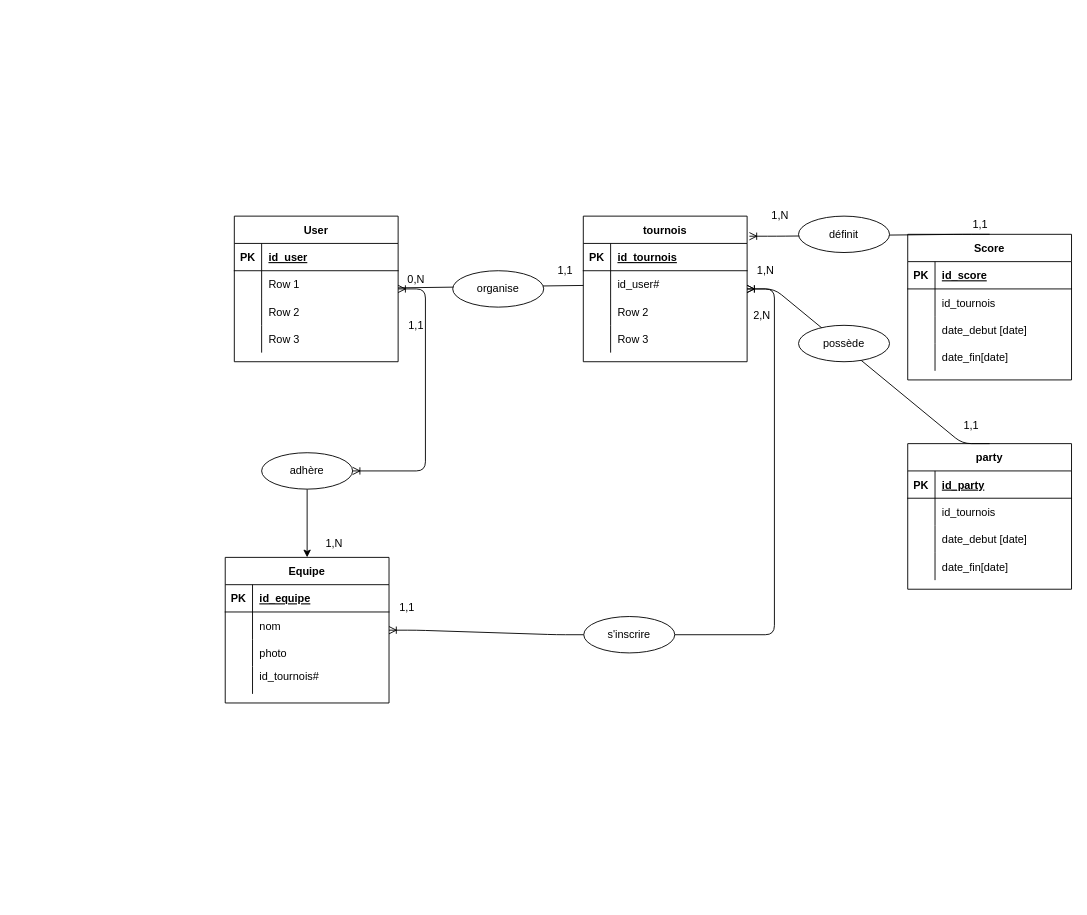
Pakulic/Maquettage_Site_web keeps this draw.io diagram as Wavy.drawio. Above is the earlier version. Source tidied: cells renumbered, new cells numbered last; positions are measured from the earlier drawing's top-left corner, leaving out a move shared by most shapes. Both pictures are drawn from the tidied source at 91%, with x=0, y=0 at pixel (225, 207).
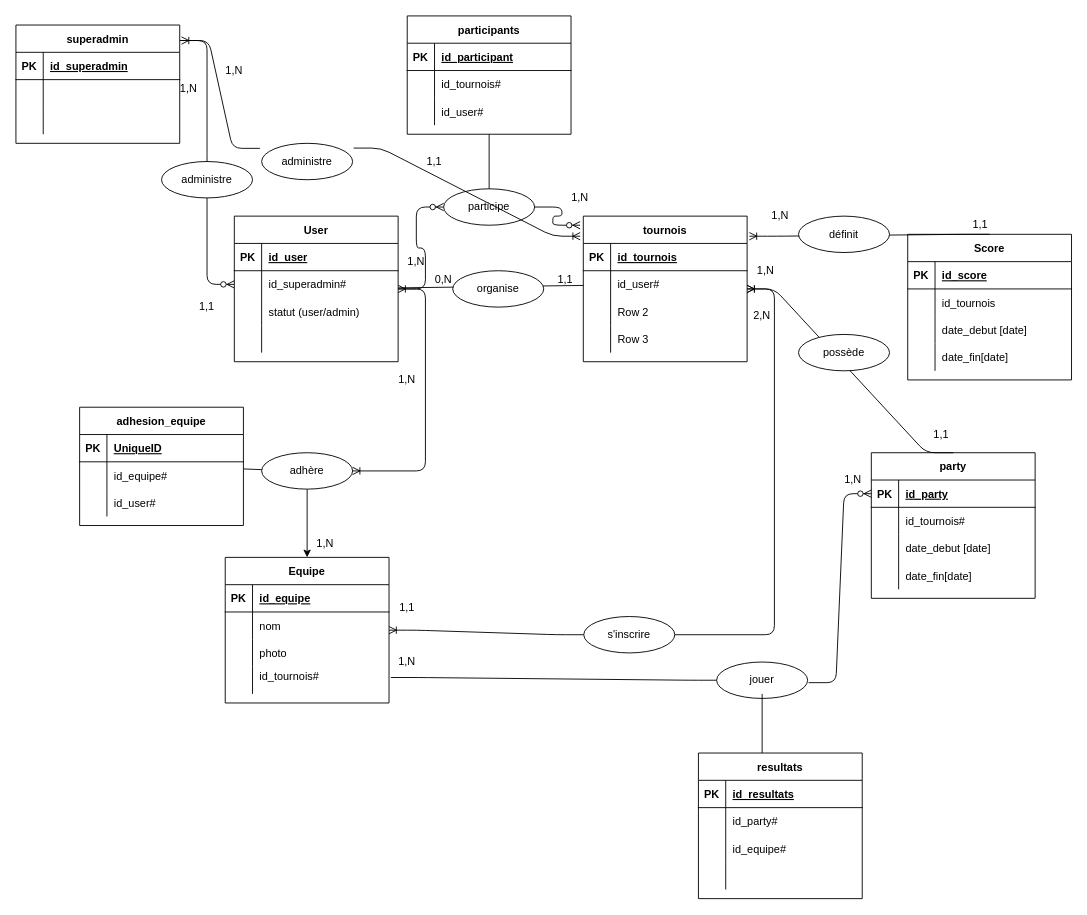
The same diagram, later.

The change refers to these unchanged cells:
```xml
<mxCell id="2" value="User" style="shape=table;startSize=30;childLayout=tableLayout;rowLines=0;fontStyle=1;align=center;" parent="1" vertex="1">
  <mxGeometry x="10" y="10" width="180" height="160" as="geometry" />
</mxCell>
<mxCell id="6" style="shape=partialRectangle;fillColor=none;top=0;left=0;bottom=0;right=0;points=[[0,0.5],[1,0.5]];portConstraint=eastwest;" parent="2" vertex="1">
  <mxGeometry y="60" width="180" height="30" as="geometry" />
</mxCell>
<mxCell id="9" style="shape=partialRectangle;fillColor=none;top=0;left=0;bottom=0;right=0;" parent="2" vertex="1">
  <mxGeometry y="90" width="180" height="30" as="geometry" />
</mxCell>
<mxCell id="12" style="shape=partialRectangle;fillColor=none;top=0;left=0;bottom=0;right=0;" parent="2" vertex="1">
  <mxGeometry y="120" width="180" height="30" as="geometry" />
</mxCell>
<mxCell id="15" value="tournois" style="shape=table;startSize=30;childLayout=tableLayout;rowLines=0;fontStyle=1;align=center;" parent="1" vertex="1">
  <mxGeometry x="393.5" y="10" width="180" height="160" as="geometry" />
</mxCell>
<mxCell id="33" style="shape=partialRectangle;fillColor=none;top=0;left=0;bottom=1;right=0;points=[[0,0.5],[1,0.5]];portConstraint=eastwest;" parent="32" vertex="1">
  <mxGeometry y="30" width="180" height="30" as="geometry" />
</mxCell>
<mxCell id="36" style="shape=partialRectangle;fillColor=none;top=0;left=0;bottom=0;right=0;" parent="32" vertex="1">
  <mxGeometry y="60" width="180" height="30" as="geometry" />
</mxCell>
<mxCell id="88" value="adhère" style="ellipse;whiteSpace=wrap;html=1;align=center;" parent="1" vertex="1">
  <mxGeometry x="40" y="270" width="100" height="40" as="geometry" />
</mxCell>
<mxCell id="89" style="shape=partialRectangle;fillColor=none;top=0;left=0;bottom=0;right=0;points=[[0,0.5],[1,0.5]];portConstraint=eastwest;" parent="1" vertex="1">
  <mxGeometry y="500" width="180" height="30" as="geometry" />
</mxCell>
```

Diff of the diagram source:
```diff
@@
-    <mxCell id="8" value="Row 1" style="shape=partialRectangle;fillColor=none;top=0;left=0;bottom=0;right=0;align=left;spacingLeft=6;overflow=hidden;" parent="6" vertex="1">
+    <mxCell id="8" value="id_superadmin#" style="shape=partialRectangle;fillColor=none;top=0;left=0;bottom=0;right=0;align=left;spacingLeft=6;overflow=hidden;" parent="6" vertex="1">
       <mxGeometry x="30" width="150" height="30" as="geometry" />
     </mxCell>
@@
-    <mxCell id="11" value="Row 2" style="shape=partialRectangle;fillColor=none;top=0;left=0;bottom=0;right=0;align=left;spacingLeft=6;overflow=hidden;" parent="9" vertex="1">
+    <mxCell id="11" value="statut (user/admin)" style="shape=partialRectangle;fillColor=none;top=0;left=0;bottom=0;right=0;align=left;spacingLeft=6;overflow=hidden;" parent="9" vertex="1">
       <mxGeometry x="30" width="150" height="30" as="geometry" />
     </mxCell>
@@
-    <mxCell id="14" value="Row 3" style="shape=partialRectangle;fillColor=none;top=0;left=0;bottom=0;right=0;align=left;spacingLeft=6;overflow=hidden;" parent="12" vertex="1">
+    <mxCell id="14" style="shape=partialRectangle;fillColor=none;top=0;left=0;bottom=0;right=0;align=left;spacingLeft=6;overflow=hidden;" parent="12" vertex="1">
       <mxGeometry x="30" width="150" height="30" as="geometry" />
     </mxCell>
@@
     <mxCell id="31" value="1,1" style="text;html=1;strokeColor=none;fillColor=none;align=center;verticalAlign=middle;whiteSpace=wrap;rounded=0;" parent="1" vertex="1">
-      <mxGeometry x="354" y="60" width="40" height="20" as="geometry" />
+      <mxGeometry x="354" y="70" width="40" height="20" as="geometry" />
     </mxCell>
     <mxCell id="32" value="party" style="shape=table;startSize=30;childLayout=tableLayout;rowLines=0;fontStyle=1;align=center;" parent="1" vertex="1">
-      <mxGeometry x="750" y="260" width="180" height="160" as="geometry" />
+      <mxGeometry x="710" y="270" width="180" height="160" as="geometry" />
     </mxCell>
@@
-    <mxCell id="38" value="id_tournois" style="shape=partialRectangle;fillColor=none;top=0;left=0;bottom=0;right=0;align=left;spacingLeft=6;overflow=hidden;" parent="36" vertex="1">
+    <mxCell id="38" value="id_tournois#" style="shape=partialRectangle;fillColor=none;top=0;left=0;bottom=0;right=0;align=left;spacingLeft=6;overflow=hidden;" parent="36" vertex="1">
       <mxGeometry x="30" width="150" height="30" as="geometry" />
     </mxCell>
@@
     <mxCell id="45" value="0,N" style="text;html=1;strokeColor=none;fillColor=none;align=center;verticalAlign=middle;whiteSpace=wrap;rounded=0;" parent="1" vertex="1">
-      <mxGeometry x="190" y="70" width="40" height="20" as="geometry" />
+      <mxGeometry x="220" y="70" width="40" height="20" as="geometry" />
     </mxCell>
     <mxCell id="46" value="1,1" style="text;html=1;strokeColor=none;fillColor=none;align=center;verticalAlign=middle;whiteSpace=wrap;rounded=0;" parent="1" vertex="1">
-      <mxGeometry x="800" y="230" width="40" height="20" as="geometry" />
+      <mxGeometry x="767" y="240" width="40" height="20" as="geometry" />
     </mxCell>
@@
-    <mxCell id="48" value="possède" style="ellipse;whiteSpace=wrap;html=1;align=center;" parent="1" vertex="1">
-      <mxGeometry x="630" y="130" width="100" height="40" as="geometry" />
-    </mxCell>
@@
     <mxCell id="66" value="1,N" style="text;html=1;strokeColor=none;fillColor=none;align=center;verticalAlign=middle;whiteSpace=wrap;rounded=0;" parent="1" vertex="1">
-      <mxGeometry x="100" y="360" width="40" height="20" as="geometry" />
+      <mxGeometry x="90" y="360" width="40" height="20" as="geometry" />
     </mxCell>
@@
-    <mxCell id="68" value="1,1" style="text;html=1;strokeColor=none;fillColor=none;align=center;verticalAlign=middle;whiteSpace=wrap;rounded=0;" parent="1" vertex="1">
-      <mxGeometry x="190" y="120" width="40" height="20" as="geometry" />
-    </mxCell>
@@
+    <mxCell id="92" style="edgeStyle=entityRelationEdgeStyle;fontSize=12;html=1;endArrow=ERzeroToMany;endFill=1;entryX=0;entryY=0.5;entryDx=0;entryDy=0;" parent="1" edge="1" source="2" target="93">
+      <mxGeometry relative="1" as="geometry" />
+    </mxCell>
+    <mxCell id="93" value="participe" style="ellipse;whiteSpace=wrap;html=1;align=center;" parent="1" vertex="1">
+      <mxGeometry x="240" y="-20" width="100" height="40" as="geometry" />
+    </mxCell>
+    <mxCell id="94" style="edgeStyle=entityRelationEdgeStyle;fontSize=12;html=1;endArrow=ERzeroToMany;endFill=1;exitX=1;exitY=0.5;exitDx=0;exitDy=0;" parent="1" edge="1" source="93">
+      <mxGeometry relative="1" as="geometry">
+        <mxPoint x="390" y="20" as="targetPoint" />
+      </mxGeometry>
+    </mxCell>
+    <mxCell id="48" value="possède" style="ellipse;whiteSpace=wrap;html=1;align=center;" parent="1" vertex="1">
+      <mxGeometry x="630" y="140" width="100" height="40" as="geometry" />
+    </mxCell>
+    <mxCell id="95" value="1,N" style="text;html=1;strokeColor=none;fillColor=none;align=center;verticalAlign=middle;whiteSpace=wrap;rounded=0;" parent="1" vertex="1">
+      <mxGeometry x="370" y="-20" width="40" height="20" as="geometry" />
+    </mxCell>
+    <mxCell id="96" value="1,N" style="text;html=1;strokeColor=none;fillColor=none;align=center;verticalAlign=middle;whiteSpace=wrap;rounded=0;" parent="1" vertex="1">
+      <mxGeometry x="190" y="50" width="40" height="20" as="geometry" />
+    </mxCell>
+    <mxCell id="97" value="participants" style="shape=table;startSize=30;childLayout=tableLayout;rowLines=0;fontStyle=1;align=center;" parent="1" vertex="1">
+      <mxGeometry x="200" y="-210" width="180" height="130" as="geometry" />
+    </mxCell>
+    <mxCell id="98" style="shape=partialRectangle;fillColor=none;top=0;left=0;bottom=1;right=0;" parent="97" vertex="1">
+      <mxGeometry y="30" width="180" height="30" as="geometry" />
+    </mxCell>
+    <mxCell id="99" value="PK" style="shape=partialRectangle;fillColor=none;top=0;left=0;bottom=0;right=0;fontStyle=1;overflow=hidden;" parent="98" vertex="1">
+      <mxGeometry width="30" height="30" as="geometry" />
+    </mxCell>
+    <mxCell id="100" value="id_participant" style="shape=partialRectangle;fillColor=none;top=0;left=0;bottom=0;right=0;align=left;spacingLeft=6;fontStyle=5;overflow=hidden;" parent="98" vertex="1">
+      <mxGeometry x="30" width="150" height="30" as="geometry" />
+    </mxCell>
+    <mxCell id="101" style="shape=partialRectangle;fillColor=none;top=0;left=0;bottom=0;right=0;" parent="97" vertex="1">
+      <mxGeometry y="60" width="180" height="30" as="geometry" />
+    </mxCell>
+    <mxCell id="102" style="shape=partialRectangle;fillColor=none;top=0;left=0;bottom=0;right=0;overflow=hidden;" parent="101" vertex="1">
+      <mxGeometry width="30" height="30" as="geometry" />
+    </mxCell>
+    <mxCell id="103" value="id_tournois#" style="shape=partialRectangle;fillColor=none;top=0;left=0;bottom=0;right=0;align=left;spacingLeft=6;overflow=hidden;" parent="101" vertex="1">
+      <mxGeometry x="30" width="150" height="30" as="geometry" />
+    </mxCell>
+    <mxCell id="104" style="shape=partialRectangle;fillColor=none;top=0;left=0;bottom=0;right=0;" parent="97" vertex="1">
+      <mxGeometry y="90" width="180" height="30" as="geometry" />
+    </mxCell>
+    <mxCell id="105" style="shape=partialRectangle;fillColor=none;top=0;left=0;bottom=0;right=0;overflow=hidden;" parent="104" vertex="1">
+      <mxGeometry width="30" height="30" as="geometry" />
+    </mxCell>
+    <mxCell id="106" value="id_user#" style="shape=partialRectangle;fillColor=none;top=0;left=0;bottom=0;right=0;align=left;spacingLeft=6;overflow=hidden;" parent="104" vertex="1">
+      <mxGeometry x="30" width="150" height="30" as="geometry" />
+    </mxCell>
+    <mxCell id="107" style="endArrow=none;html=1;rounded=0;" parent="1" edge="1" source="93" target="97">
+      <mxGeometry relative="1" as="geometry" />
+    </mxCell>
+    <mxCell id="108" value="1,N" style="text;html=1;strokeColor=none;fillColor=none;align=center;verticalAlign=middle;whiteSpace=wrap;rounded=0;" parent="1" vertex="1">
+      <mxGeometry x="180" y="180" width="40" height="20" as="geometry" />
+    </mxCell>
+    <mxCell id="109" value="adhesion_equipe" style="shape=table;startSize=30;childLayout=tableLayout;rowLines=0;fontStyle=1;align=center;" parent="1" vertex="1">
+      <mxGeometry x="-160" y="220" width="180" height="130" as="geometry" />
+    </mxCell>
+    <mxCell id="110" style="shape=partialRectangle;fillColor=none;top=0;left=0;bottom=1;right=0;" parent="109" vertex="1">
+      <mxGeometry y="30" width="180" height="30" as="geometry" />
+    </mxCell>
+    <mxCell id="111" value="PK" style="shape=partialRectangle;fillColor=none;top=0;left=0;bottom=0;right=0;fontStyle=1;overflow=hidden;" parent="110" vertex="1">
+      <mxGeometry width="30" height="30" as="geometry" />
+    </mxCell>
+    <mxCell id="112" value="UniqueID" style="shape=partialRectangle;fillColor=none;top=0;left=0;bottom=0;right=0;align=left;spacingLeft=6;fontStyle=5;overflow=hidden;" parent="110" vertex="1">
+      <mxGeometry x="30" width="150" height="30" as="geometry" />
+    </mxCell>
+    <mxCell id="113" style="shape=partialRectangle;fillColor=none;top=0;left=0;bottom=0;right=0;" parent="109" vertex="1">
+      <mxGeometry y="60" width="180" height="30" as="geometry" />
+    </mxCell>
+    <mxCell id="114" style="shape=partialRectangle;fillColor=none;top=0;left=0;bottom=0;right=0;overflow=hidden;" parent="113" vertex="1">
+      <mxGeometry width="30" height="30" as="geometry" />
+    </mxCell>
+    <mxCell id="115" value="id_equipe#" style="shape=partialRectangle;fillColor=none;top=0;left=0;bottom=0;right=0;align=left;spacingLeft=6;overflow=hidden;" parent="113" vertex="1">
+      <mxGeometry x="30" width="150" height="30" as="geometry" />
+    </mxCell>
+    <mxCell id="116" style="shape=partialRectangle;fillColor=none;top=0;left=0;bottom=0;right=0;" parent="109" vertex="1">
+      <mxGeometry y="90" width="180" height="30" as="geometry" />
+    </mxCell>
+    <mxCell id="117" style="shape=partialRectangle;fillColor=none;top=0;left=0;bottom=0;right=0;overflow=hidden;" parent="116" vertex="1">
+      <mxGeometry width="30" height="30" as="geometry" />
+    </mxCell>
+    <mxCell id="118" value="id_user#" style="shape=partialRectangle;fillColor=none;top=0;left=0;bottom=0;right=0;align=left;spacingLeft=6;overflow=hidden;" parent="116" vertex="1">
+      <mxGeometry x="30" width="150" height="30" as="geometry" />
+    </mxCell>
+    <mxCell id="119" style="endArrow=none;html=1;rounded=0;" parent="1" edge="1" source="88" target="109">
+      <mxGeometry relative="1" as="geometry" />
+    </mxCell>
+    <mxCell id="120" value="superadmin" style="shape=table;startSize=30;childLayout=tableLayout;rowLines=0;fontStyle=1;align=center;" parent="1" vertex="1">
+      <mxGeometry x="-230" y="-200" width="180" height="130" as="geometry" />
+    </mxCell>
+    <mxCell id="121" style="shape=partialRectangle;fillColor=none;top=0;left=0;bottom=1;right=0;" parent="120" vertex="1">
+      <mxGeometry y="30" width="180" height="30" as="geometry" />
+    </mxCell>
+    <mxCell id="122" value="PK" style="shape=partialRectangle;fillColor=none;top=0;left=0;bottom=0;right=0;fontStyle=1;overflow=hidden;" parent="121" vertex="1">
+      <mxGeometry width="30" height="30" as="geometry" />
+    </mxCell>
+    <mxCell id="123" value="id_superadmin" style="shape=partialRectangle;fillColor=none;top=0;left=0;bottom=0;right=0;align=left;spacingLeft=6;fontStyle=5;overflow=hidden;" parent="121" vertex="1">
+      <mxGeometry x="30" width="150" height="30" as="geometry" />
+    </mxCell>
+    <mxCell id="124" style="shape=partialRectangle;fillColor=none;top=0;left=0;bottom=0;right=0;" parent="120" vertex="1">
+      <mxGeometry y="60" width="180" height="30" as="geometry" />
+    </mxCell>
+    <mxCell id="125" style="shape=partialRectangle;fillColor=none;top=0;left=0;bottom=0;right=0;overflow=hidden;" parent="124" vertex="1">
+      <mxGeometry width="30" height="30" as="geometry" />
+    </mxCell>
+    <mxCell id="126" style="shape=partialRectangle;fillColor=none;top=0;left=0;bottom=0;right=0;align=left;spacingLeft=6;overflow=hidden;" parent="124" vertex="1">
+      <mxGeometry x="30" width="150" height="30" as="geometry" />
+    </mxCell>
+    <mxCell id="127" style="shape=partialRectangle;fillColor=none;top=0;left=0;bottom=0;right=0;" parent="120" vertex="1">
+      <mxGeometry y="90" width="180" height="30" as="geometry" />
+    </mxCell>
+    <mxCell id="128" style="shape=partialRectangle;fillColor=none;top=0;left=0;bottom=0;right=0;overflow=hidden;" parent="127" vertex="1">
+      <mxGeometry width="30" height="30" as="geometry" />
+    </mxCell>
+    <mxCell id="129" style="shape=partialRectangle;fillColor=none;top=0;left=0;bottom=0;right=0;align=left;spacingLeft=6;overflow=hidden;" parent="127" vertex="1">
+      <mxGeometry x="30" width="150" height="30" as="geometry" />
+    </mxCell>
+    <mxCell id="130" style="edgeStyle=entityRelationEdgeStyle;fontSize=12;html=1;endArrow=ERzeroToMany;endFill=1;exitX=1;exitY=0.131;exitDx=0;exitDy=0;exitPerimeter=0;" parent="1" edge="1" source="120" target="6">
+      <mxGeometry relative="1" as="geometry" />
+    </mxCell>
+    <mxCell id="131" value="administre" style="ellipse;whiteSpace=wrap;html=1;align=center;" parent="1" vertex="1">
+      <mxGeometry x="-70" y="-50" width="100" height="40" as="geometry" />
+    </mxCell>
+    <mxCell id="132" value="1,N" style="text;html=1;strokeColor=none;fillColor=none;align=center;verticalAlign=middle;whiteSpace=wrap;rounded=0;" parent="1" vertex="1">
+      <mxGeometry x="-60" y="-140" width="40" height="20" as="geometry" />
+    </mxCell>
+    <mxCell id="133" value="1,1" style="text;html=1;strokeColor=none;fillColor=none;align=center;verticalAlign=middle;whiteSpace=wrap;rounded=0;" parent="1" vertex="1">
+      <mxGeometry x="-40" y="100" width="40" height="20" as="geometry" />
+    </mxCell>
+    <mxCell id="134" style="edgeStyle=entityRelationEdgeStyle;fontSize=12;html=1;endArrow=ERoneToMany;startArrow=none;exitX=1.011;exitY=0.131;exitDx=0;exitDy=0;exitPerimeter=0;entryX=-0.019;entryY=0.138;entryDx=0;entryDy=0;entryPerimeter=0;" parent="1" edge="1" source="135" target="15">
+      <mxGeometry relative="1" as="geometry" />
+    </mxCell>
+    <mxCell id="135" value="administre" style="ellipse;whiteSpace=wrap;html=1;align=center;" parent="1" vertex="1">
+      <mxGeometry x="40" y="-70" width="100" height="40" as="geometry" />
+    </mxCell>
+    <mxCell id="136" style="edgeStyle=entityRelationEdgeStyle;fontSize=12;html=1;endArrow=none;startArrow=ERoneToMany;exitX=1.011;exitY=0.131;exitDx=0;exitDy=0;exitPerimeter=0;entryX=-0.019;entryY=0.138;entryDx=0;entryDy=0;entryPerimeter=0;" parent="1" edge="1" source="120" target="135">
+      <mxGeometry relative="1" as="geometry" />
+    </mxCell>
+    <mxCell id="137" value="1,N" style="text;html=1;strokeColor=none;fillColor=none;align=center;verticalAlign=middle;whiteSpace=wrap;rounded=0;" parent="1" vertex="1">
+      <mxGeometry x="-10" y="-160" width="40" height="20" as="geometry" />
+    </mxCell>
+    <mxCell id="138" value="1,1" style="text;html=1;strokeColor=none;fillColor=none;align=center;verticalAlign=middle;whiteSpace=wrap;rounded=0;" parent="1" vertex="1">
+      <mxGeometry x="210" y="-60" width="40" height="20" as="geometry" />
+    </mxCell>
+    <mxCell id="139" value="resultats" style="shape=table;startSize=30;childLayout=tableLayout;rowLines=0;fontStyle=1;align=center;" parent="1" vertex="1">
+      <mxGeometry x="520" y="600" width="180" height="160" as="geometry" />
+    </mxCell>
+    <mxCell id="140" style="shape=partialRectangle;fillColor=none;top=0;left=0;bottom=1;right=0;" parent="139" vertex="1">
+      <mxGeometry y="30" width="180" height="30" as="geometry" />
+    </mxCell>
+    <mxCell id="141" value="PK" style="shape=partialRectangle;fillColor=none;top=0;left=0;bottom=0;right=0;fontStyle=1;overflow=hidden;" parent="140" vertex="1">
+      <mxGeometry width="30" height="30" as="geometry" />
+    </mxCell>
+    <mxCell id="142" value="id_resultats" style="shape=partialRectangle;fillColor=none;top=0;left=0;bottom=0;right=0;align=left;spacingLeft=6;fontStyle=5;overflow=hidden;" parent="140" vertex="1">
+      <mxGeometry x="30" width="150" height="30" as="geometry" />
+    </mxCell>
+    <mxCell id="143" style="shape=partialRectangle;fillColor=none;top=0;left=0;bottom=0;right=0;" parent="139" vertex="1">
+      <mxGeometry y="60" width="180" height="30" as="geometry" />
+    </mxCell>
+    <mxCell id="144" style="shape=partialRectangle;fillColor=none;top=0;left=0;bottom=0;right=0;overflow=hidden;" parent="143" vertex="1">
+      <mxGeometry width="30" height="30" as="geometry" />
+    </mxCell>
+    <mxCell id="145" value="id_party#" style="shape=partialRectangle;fillColor=none;top=0;left=0;bottom=0;right=0;align=left;spacingLeft=6;overflow=hidden;" parent="143" vertex="1">
+      <mxGeometry x="30" width="150" height="30" as="geometry" />
+    </mxCell>
+    <mxCell id="146" style="shape=partialRectangle;fillColor=none;top=0;left=0;bottom=0;right=0;" parent="139" vertex="1">
+      <mxGeometry y="90" width="180" height="30" as="geometry" />
+    </mxCell>
+    <mxCell id="147" style="shape=partialRectangle;fillColor=none;top=0;left=0;bottom=0;right=0;overflow=hidden;" parent="146" vertex="1">
+      <mxGeometry width="30" height="30" as="geometry" />
+    </mxCell>
+    <mxCell id="148" value="id_equipe#" style="shape=partialRectangle;fillColor=none;top=0;left=0;bottom=0;right=0;align=left;spacingLeft=6;overflow=hidden;" parent="146" vertex="1">
+      <mxGeometry x="30" width="150" height="30" as="geometry" />
+    </mxCell>
+    <mxCell id="149" style="shape=partialRectangle;fillColor=none;top=0;left=0;bottom=0;right=0;" parent="139" vertex="1">
+      <mxGeometry y="120" width="180" height="30" as="geometry" />
+    </mxCell>
+    <mxCell id="150" style="shape=partialRectangle;fillColor=none;top=0;left=0;bottom=0;right=0;overflow=hidden;" parent="149" vertex="1">
+      <mxGeometry width="30" height="30" as="geometry" />
+    </mxCell>
+    <mxCell id="151" style="shape=partialRectangle;fillColor=none;top=0;left=0;bottom=0;right=0;align=left;spacingLeft=6;overflow=hidden;" parent="149" vertex="1">
+      <mxGeometry x="30" width="150" height="30" as="geometry" />
+    </mxCell>
+    <mxCell id="152" style="edgeStyle=entityRelationEdgeStyle;fontSize=12;html=1;endArrow=ERzeroToMany;endFill=1;exitX=1.011;exitY=0.567;exitDx=0;exitDy=0;exitPerimeter=0;startArrow=none;" parent="1" edge="1" source="153" target="33">
+      <mxGeometry relative="1" as="geometry" />
+    </mxCell>
+    <mxCell id="153" value="jouer" style="ellipse;whiteSpace=wrap;html=1;align=center;" parent="1" vertex="1">
+      <mxGeometry x="540" y="500" width="100" height="40" as="geometry" />
+    </mxCell>
+    <mxCell id="154" style="edgeStyle=entityRelationEdgeStyle;fontSize=12;html=1;endArrow=none;endFill=1;exitX=1.011;exitY=0.567;exitDx=0;exitDy=0;exitPerimeter=0;" parent="1" edge="1" source="89" target="153">
+      <mxGeometry relative="1" as="geometry" />
+    </mxCell>
+    <mxCell id="155" value="1,N" style="text;html=1;strokeColor=none;fillColor=none;align=center;verticalAlign=middle;whiteSpace=wrap;rounded=0;" parent="1" vertex="1">
+      <mxGeometry x="180" y="490" width="40" height="20" as="geometry" />
+    </mxCell>
+    <mxCell id="156" style="endArrow=none;html=1;rounded=0;" parent="1" edge="1">
+      <mxGeometry relative="1" as="geometry">
+        <mxPoint x="590" y="600" as="sourcePoint" />
+        <mxPoint x="590" y="535" as="targetPoint" />
+      </mxGeometry>
+    </mxCell>
+    <mxCell id="157" value="1,N" style="text;html=1;strokeColor=none;fillColor=none;align=center;verticalAlign=middle;whiteSpace=wrap;rounded=0;" parent="1" vertex="1">
+      <mxGeometry x="670" y="290" width="40" height="20" as="geometry" />
+    </mxCell>
```
